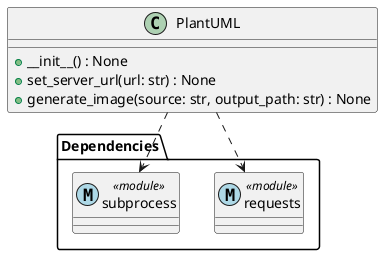
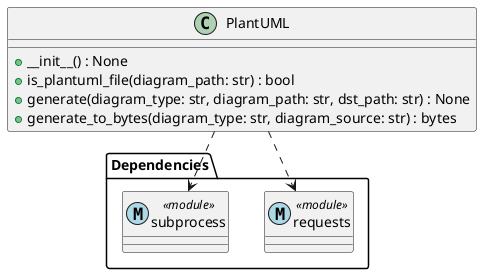
@startuml

class PlantUML {
    +__init__() : None
-     +set_server_url(url: str) : None
-     +generate_image(source: str, output_path: str) : None
+     +is_plantuml_file(diagram_path: str) : bool
+     +generate(diagram_type: str, diagram_path: str, dst_path: str) : None
+     +generate_to_bytes(diagram_type: str, diagram_source: str) : bytes
}


' Define external dependencies
package "Dependencies" {
    class requests <<(M ,lightblue) module>> {}
    class subprocess <<(M ,lightblue) module>> {}
}

' Relationships
PlantUML ..> requests
PlantUML ..> subprocess

- @enduml+ @enduml
